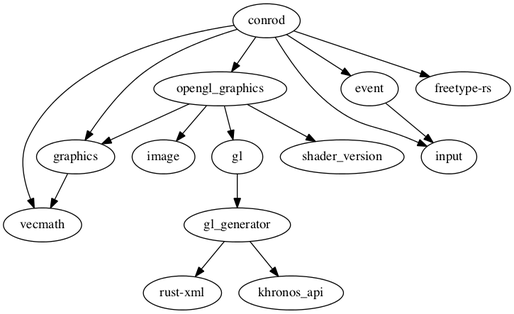
Earlier version of the Graphviz export Cargo.png (PistonDevelopers/conrod). Its source is kept beside it as Cargo.dot.
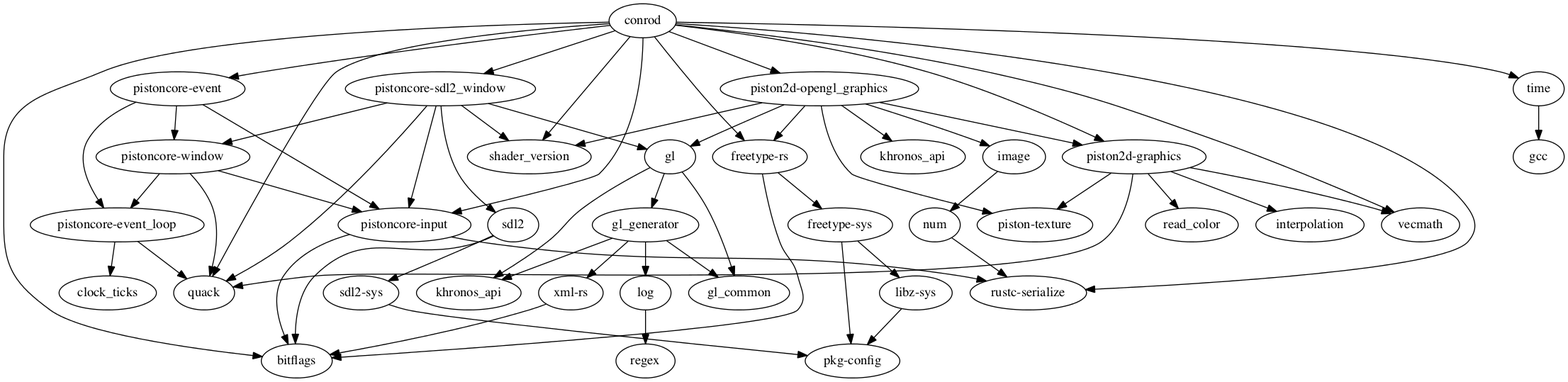
Later version of the same file.

Commit message:
Updated dependency graph

What changed in the source:
```diff
@@ -1,30 +1,97 @@
-digraph example3 {
+digraph conrod {
     N0[label="conrod"];
-    N1[label="vecmath"];
-    N2[label="event"];
-    N3[label="opengl_graphics"];
-    N4[label="freetype-rs"];
-    N5[label="input"];
-    N6[label="graphics"];
-    N7[label="gl_generator"];
-    N8[label="rust-xml"];
-    N9[label="khronos_api"];
-    N10[label="image"];
-    N11[label="gl"];
-    N12[label="shader_version"];
-    N0 -> N2[label=""];
-    N0 -> N3[label=""];
+    N1[label="pistoncore-sdl2_window"];
+    N2[label="pistoncore-window"];
+    N3[label="shader_version"];
+    N4[label="pistoncore-input"];
+    N5[label="gl"];
+    N6[label="quack"];
+    N7[label="sdl2"];
+    N8[label="gl_generator"];
+    N9[label="gl_common"];
+    N10[label="xml-rs"];
+    N11[label="khronos_api"];
+    N12[label="log"];
+    N13[label="freetype-rs"];
+    N14[label="bitflags"];
+    N15[label="freetype-sys"];
+    N16[label="read_color"];
+    N17[label="interpolation"];
+    N18[label="vecmath"];
+    N19[label="time"];
+    N20[label="pistoncore-event"];
+    N21[label="piston2d-opengl_graphics"];
+    N22[label="rustc-serialize"];
+    N23[label="piston2d-graphics"];
+    N24[label="image"];
+    N25[label="num"];
+    N26[label="khronos_api"];
+    N27[label="regex"];
+    N28[label="pkg-config"];
+    N29[label="sdl2-sys"];
+    N30[label="piston-texture"];
+    N31[label="libz-sys"];
+    N32[label="clock_ticks"];
+    N33[label="pistoncore-event_loop"];
+    N34[label="gcc"];
+    N1 -> N2[label=""];
+    N1 -> N3[label=""];
+    N1 -> N4[label=""];
+    N1 -> N5[label=""];
+    N1 -> N6[label=""];
+    N1 -> N7[label=""];
+    N8 -> N9[label=""];
+    N8 -> N10[label=""];
+    N8 -> N11[label=""];
+    N8 -> N12[label=""];
+    N13 -> N14[label=""];
+    N13 -> N15[label=""];
+    N0 -> N13[label=""];
+    N0 -> N18[label=""];
+    N0 -> N19[label=""];
+    N0 -> N14[label=""];
+    N0 -> N20[label=""];
     N0 -> N4[label=""];
-    N0 -> N5[label=""];
+    N0 -> N21[label=""];
     N0 -> N1[label=""];
     N0 -> N6[label=""];
-    N7 -> N8[label=""];
-    N7 -> N9[label=""];
-    N2 -> N5[label=""];
-    N6 -> N1[label=""];
-    N11 -> N7[label=""];
-    N3 -> N6[label=""];
-    N3 -> N12[label=""];
-    N3 -> N11[label=""];
-    N3 -> N10[label=""];
+    N0 -> N3[label=""];
+    N0 -> N22[label=""];
+    N0 -> N23[label=""];
+    N5 -> N9[label=""];
+    N5 -> N8[label=""];
+    N5 -> N11[label=""];
+    N4 -> N22[label=""];
+    N4 -> N14[label=""];
+    N24 -> N25[label=""];
+    N12 -> N27[label=""];
+    N7 -> N29[label=""];
+    N7 -> N14[label=""];
+    N15 -> N28[label=""];
+    N15 -> N31[label=""];
+    N23 -> N18[label=""];
+    N23 -> N17[label=""];
+    N23 -> N6[label=""];
+    N23 -> N16[label=""];
+    N23 -> N30[label=""];
+    N25 -> N22[label=""];
+    N21 -> N5[label=""];
+    N21 -> N30[label=""];
+    N21 -> N3[label=""];
+    N21 -> N24[label=""];
+    N21 -> N13[label=""];
+    N21 -> N23[label=""];
+    N21 -> N26[label=""];
+    N31 -> N28[label=""];
+    N20 -> N2[label=""];
+    N20 -> N33[label=""];
+    N20 -> N4[label=""];
+    N10 -> N14[label=""];
+    N19 -> N34[label=""];
+    N2 -> N33[label=""];
+    N2 -> N4[label=""];
+    N2 -> N6[label=""];
+    N29 -> N28[label=""];
+    N33 -> N6[label=""];
+    N33 -> N32[label=""];
 }
```
